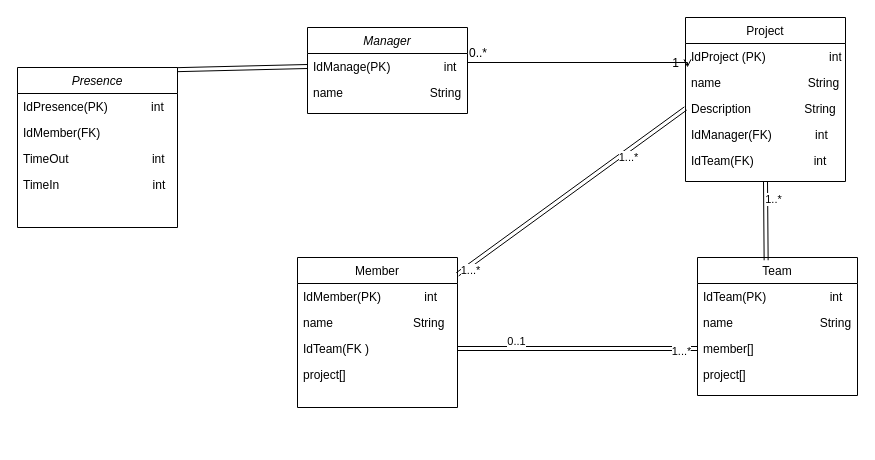
This is Diagramme sans nom.drawio from salma-abt/RAM, a draw.io file, before an edit. Source tidied: cells renumbered, new cells numbered last; positions are measured from the earlier drawing's top-left corner, leaving out a move shared by most shapes. Both pictures are drawn from the tidied source at 100%, with x=0, y=0 at pixel (17, 17).
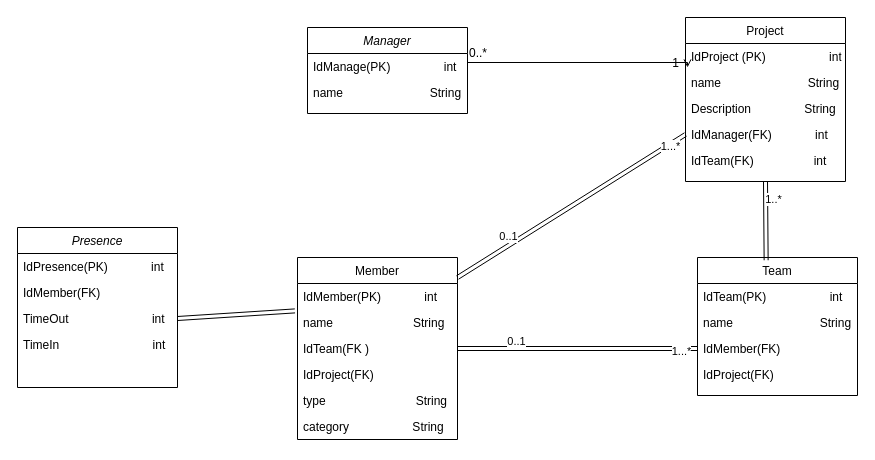
After the change.

Commit message:
Mettre à jour Diagramme sans nom.drawio

The change refers to these unchanged cells:
```xml
<mxCell id="3" value="IdManage(PK)                int" style="text;align=left;verticalAlign=top;spacingLeft=4;spacingRight=4;overflow=hidden;points=[[0,0.5],[1,0.5]];portConstraint=eastwest;" parent="2" vertex="1">
  <mxGeometry y="26" width="160" height="26" as="geometry" />
</mxCell>
<mxCell id="5" value="Team" style="swimlane;fontStyle=0;align=center;verticalAlign=top;horizontal=1;startSize=26;rounded=0;shadow=0;strokeWidth=1;" parent="1" vertex="1">
  <mxGeometry x="680" y="240" width="160" height="138" as="geometry" />
</mxCell>
<mxCell id="11" value="IdMember(PK)             int" style="text;align=left;verticalAlign=top;spacingLeft=4;spacingRight=4;overflow=hidden;points=[[0,0.5],[1,0.5]];portConstraint=eastwest;" parent="10" vertex="1">
  <mxGeometry y="26" width="160" height="26" as="geometry" />
</mxCell>
<mxCell id="18" value="Description                String" style="text;align=left;verticalAlign=top;spacingLeft=4;spacingRight=4;overflow=hidden;points=[[0,0.5],[1,0.5]];portConstraint=eastwest;rounded=0;shadow=0;html=0;" parent="15" vertex="1">
  <mxGeometry y="78" width="160" height="26" as="geometry" />
</mxCell>
<mxCell id="19" value="IdManager(FK)             int " style="text;align=left;verticalAlign=top;spacingLeft=4;spacingRight=4;overflow=hidden;points=[[0,0.5],[1,0.5]];portConstraint=eastwest;rounded=0;shadow=0;html=0;" parent="15" vertex="1">
  <mxGeometry y="104" width="160" height="26" as="geometry" />
</mxCell>
<mxCell id="36" value="TimeOut                         int" style="text;align=left;verticalAlign=top;spacingLeft=4;spacingRight=4;overflow=hidden;points=[[0,0.5],[1,0.5]];portConstraint=eastwest;rounded=0;shadow=0;html=0;" parent="33" vertex="1">
  <mxGeometry y="78" width="160" height="26" as="geometry" />
</mxCell>
```

Change to the diagram source:
```diff
@@
-    <mxCell id="8" value="member[]" style="text;align=left;verticalAlign=top;spacingLeft=4;spacingRight=4;overflow=hidden;points=[[0,0.5],[1,0.5]];portConstraint=eastwest;" parent="5" vertex="1">
+    <mxCell id="8" value="IdMember(FK)" style="text;align=left;verticalAlign=top;spacingLeft=4;spacingRight=4;overflow=hidden;points=[[0,0.5],[1,0.5]];portConstraint=eastwest;" parent="5" vertex="1">
       <mxGeometry y="78" width="160" height="26" as="geometry" />
     </mxCell>
-    <mxCell id="9" value="project[]" style="text;align=left;verticalAlign=top;spacingLeft=4;spacingRight=4;overflow=hidden;" parent="5" vertex="1">
+    <mxCell id="9" value="IdProject(FK)" style="text;align=left;verticalAlign=top;spacingLeft=4;spacingRight=4;overflow=hidden;" parent="5" vertex="1">
       <mxGeometry y="104" width="160" height="26" as="geometry" />
     </mxCell>
     <mxCell id="10" value="Member" style="swimlane;fontStyle=0;align=center;verticalAlign=top;horizontal=1;startSize=26;rounded=0;shadow=0;strokeWidth=1;" parent="1" vertex="1">
-      <mxGeometry x="280" y="240" width="160" height="150" as="geometry" />
+      <mxGeometry x="280" y="240" width="160" height="182" as="geometry" />
     </mxCell>
@@
-    <mxCell id="14" value="project[]" style="text;align=left;verticalAlign=top;spacingLeft=4;spacingRight=4;overflow=hidden;" parent="10" vertex="1">
+    <mxCell id="14" value="IdProject(FK)" style="text;align=left;verticalAlign=top;spacingLeft=4;spacingRight=4;overflow=hidden;" parent="10" vertex="1">
       <mxGeometry y="104" width="160" height="26" as="geometry" />
     </mxCell>
+    <mxCell id="38" value="type                           String" style="text;align=left;verticalAlign=top;spacingLeft=4;spacingRight=4;overflow=hidden;" parent="10" vertex="1">
+      <mxGeometry y="130" width="160" height="26" as="geometry" />
+    </mxCell>
+    <mxCell id="39" value="category                   String" style="text;align=left;verticalAlign=top;spacingLeft=4;spacingRight=4;overflow=hidden;" parent="10" vertex="1">
+      <mxGeometry y="156" width="160" height="26" as="geometry" />
+    </mxCell>
@@
-    <mxCell id="26" style="edgeStyle=none;shape=link;rounded=0;jettySize=auto;html=1;exitX=0;exitY=0.5;exitDx=0;exitDy=0;" parent="1" edge="1" source="18" target="10">
-      <mxGeometry relative="1" as="geometry" />
-    </mxCell>
-    <mxCell id="27" value="1...*" style="edgeLabel;html=1;align=center;verticalAlign=middle;" parent="26" vertex="1">
-      <mxGeometry x="-0.47" y="5" relative="1" as="geometry" />
-    </mxCell>
-    <mxCell id="28" value="1...*" style="edgeLabel;html=1;align=center;verticalAlign=middle;" parent="26" vertex="1">
-      <mxGeometry x="0.91" y="4" relative="1" as="geometry" />
-    </mxCell>
@@
-    <mxCell id="32" style="edgeStyle=none;shape=link;rounded=0;jettySize=auto;html=1;exitX=0.609;exitY=0.023;exitDx=0;exitDy=0;entryX=0;entryY=0.5;entryDx=0;entryDy=0;exitPerimeter=0;" parent="1" edge="1" source="33" target="3">
+    <mxCell id="32" style="edgeStyle=none;shape=link;rounded=0;jettySize=auto;html=1;entryX=-0.016;entryY=1.054;entryDx=0;entryDy=0;entryPerimeter=0;exitX=1;exitY=0.5;exitDx=0;exitDy=0;" parent="1" edge="1" source="36" target="11">
       <mxGeometry relative="1" as="geometry" />
     </mxCell>
     <mxCell id="33" value="Presence" style="swimlane;fontStyle=2;align=center;verticalAlign=top;horizontal=1;startSize=26;rounded=0;shadow=0;strokeWidth=1;" parent="1" vertex="1">
-      <mxGeometry y="50" width="160" height="160" as="geometry" />
+      <mxGeometry y="210" width="160" height="160" as="geometry" />
     </mxCell>
@@
+    <mxCell id="40" style="edgeStyle=none;shape=link;rounded=0;jettySize=auto;html=1;exitX=1;exitY=0.5;exitDx=0;exitDy=0;entryX=0;entryY=0.5;entryDx=0;entryDy=0;" parent="1" edge="1" target="19">
+      <mxGeometry relative="1" as="geometry">
+        <mxPoint x="440" y="260" as="sourcePoint" />
+      </mxGeometry>
+    </mxCell>
+    <mxCell id="41" value="0..1" style="edgeLabel;html=1;align=center;verticalAlign=middle;" parent="40" vertex="1">
+      <mxGeometry x="-0.52" y="8" relative="1" as="geometry" />
+    </mxCell>
+    <mxCell id="42" value="1...*" style="edgeLabel;html=1;align=center;verticalAlign=middle;" parent="40" vertex="1">
+      <mxGeometry x="0.86" y="-2" relative="1" as="geometry" />
+    </mxCell>
```
